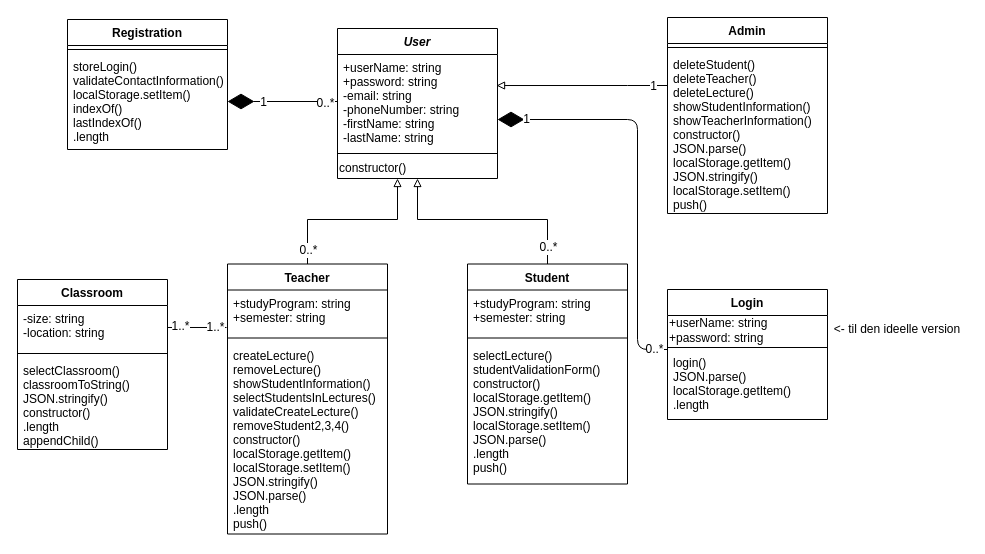
The draw.io diagram Andet/StudentTeach.drawio in Niklas107/Gruppeprojekt-1, before the edit. Source tidied: cells renumbered, new cells numbered last; positions are measured from the earlier drawing's top-left corner, leaving out a move shared by most shapes. Both pictures are drawn from the tidied source at 100%, with x=0, y=0 at pixel (17, 17).
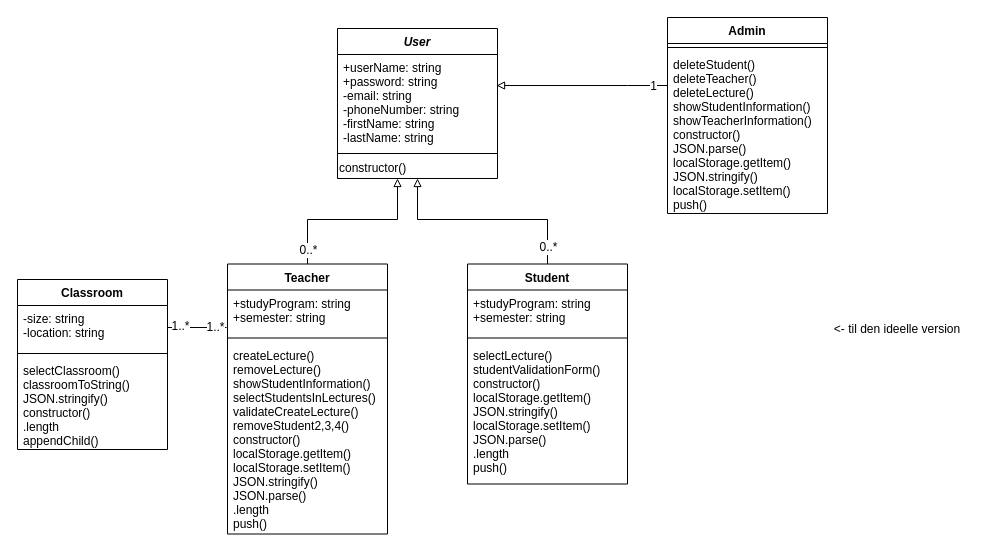
The same diagram, later.

Unchanged cells that the change refers to:
```xml
<mxCell id="9" value="+userName: string&#10;+password: string&#10;-email: string&#10;-phoneNumber: string&#10;-firstName: string&#10;-lastName: string&#10;" style="text;strokeColor=none;fillColor=none;align=left;verticalAlign=top;spacingLeft=4;spacingRight=4;overflow=hidden;points=[[0,0.5],[1,0.5]];portConstraint=eastwest;" parent="8" vertex="1">
  <mxGeometry y="26" width="160" height="94" as="geometry" />
</mxCell>
```

The edit, as a diff of the source:
```diff
@@
-    <mxCell id="27" value="Login" style="swimlane;fontStyle=1;align=center;verticalAlign=top;horizontal=1;startSize=26;" parent="1" vertex="1">
-      <mxGeometry x="650" y="272" width="160" height="130" as="geometry" />
-    </mxCell>
-    <mxCell id="28" value="+userName: string&lt;br&gt;+password: string" style="text;html=1;align=left;verticalAlign=middle;" parent="27" vertex="1">
-      <mxGeometry y="26" width="160" height="30" as="geometry" />
-    </mxCell>
-    <mxCell id="29" style="line;strokeWidth=1;fillColor=none;align=left;verticalAlign=middle;spacingTop=-1;spacingLeft=3;spacingRight=3;labelPosition=right;" parent="27" vertex="1">
-      <mxGeometry y="56" width="160" height="4" as="geometry" />
-    </mxCell>
-    <mxCell id="30" value="login()&#10;JSON.parse()&#10;localStorage.getItem()&#10;.length" style="text;strokeColor=none;fillColor=none;align=left;verticalAlign=top;spacingLeft=4;spacingRight=4;overflow=hidden;" parent="27" vertex="1">
-      <mxGeometry y="60" width="160" height="70" as="geometry" />
-    </mxCell>
-    <mxCell id="31" value="Registration" style="swimlane;fontStyle=1;align=center;verticalAlign=top;horizontal=1;startSize=26;" parent="1" vertex="1">
-      <mxGeometry x="50" y="2" width="160" height="130" as="geometry" />
-    </mxCell>
-    <mxCell id="32" style="line;strokeWidth=1;fillColor=none;align=left;verticalAlign=middle;spacingTop=-1;spacingLeft=3;spacingRight=3;labelPosition=right;" parent="31" vertex="1">
-      <mxGeometry y="26" width="160" height="8" as="geometry" />
-    </mxCell>
-    <mxCell id="33" value="storeLogin()&#10;validateContactInformation()&#10;localStorage.setItem()&#10;indexOf()&#10;lastIndexOf()&#10;.length" style="text;strokeColor=none;fillColor=none;align=left;verticalAlign=top;spacingLeft=4;spacingRight=4;overflow=hidden;points=[[0,0.5],[1,0.5]];portConstraint=eastwest;" parent="31" vertex="1">
-      <mxGeometry y="34" width="160" height="96" as="geometry" />
-    </mxCell>
@@
-    <mxCell id="38" style="endArrow=diamondThin;endFill=1;endSize=24;html=1;" parent="1" edge="1">
-      <mxGeometry relative="1" as="geometry">
-        <mxPoint x="650" y="332" as="sourcePoint" />
-        <mxPoint x="480" y="102" as="targetPoint" />
-        <Array as="points">
-          <mxPoint x="620" y="332" />
-          <mxPoint x="620" y="102" />
-        </Array>
-      </mxGeometry>
-    </mxCell>
-    <mxCell id="39" value="1" style="text;html=1;align=center;verticalAlign=middle;labelBackgroundColor=#ffffff;" parent="38" vertex="1">
-      <mxGeometry x="0.86" y="-1" relative="1" as="geometry" />
-    </mxCell>
-    <mxCell id="40" value="0..*" style="text;html=1;align=center;verticalAlign=middle;labelBackgroundColor=#ffffff;" parent="38" vertex="1">
-      <mxGeometry x="-0.93" y="-1" relative="1" as="geometry" />
-    </mxCell>
-    <mxCell id="41" style="endArrow=diamondThin;endFill=1;endSize=24;html=1;exitX=0;exitY=0.5;exitDx=0;exitDy=0;entryX=1;entryY=0.5;entryDx=0;entryDy=0;" parent="1" edge="1" source="9" target="33">
-      <mxGeometry relative="1" as="geometry" />
-    </mxCell>
-    <mxCell id="42" value="0..*" style="text;html=1;align=center;verticalAlign=middle;labelBackgroundColor=#ffffff;" parent="41" vertex="1">
-      <mxGeometry x="-0.82" y="1" relative="1" as="geometry">
-        <mxPoint x="-3" as="offset" />
-      </mxGeometry>
-    </mxCell>
-    <mxCell id="43" value="1" style="text;html=1;align=center;verticalAlign=middle;labelBackgroundColor=#ffffff;" parent="41" vertex="1">
-      <mxGeometry x="0.36" relative="1" as="geometry" />
-    </mxCell>
```
